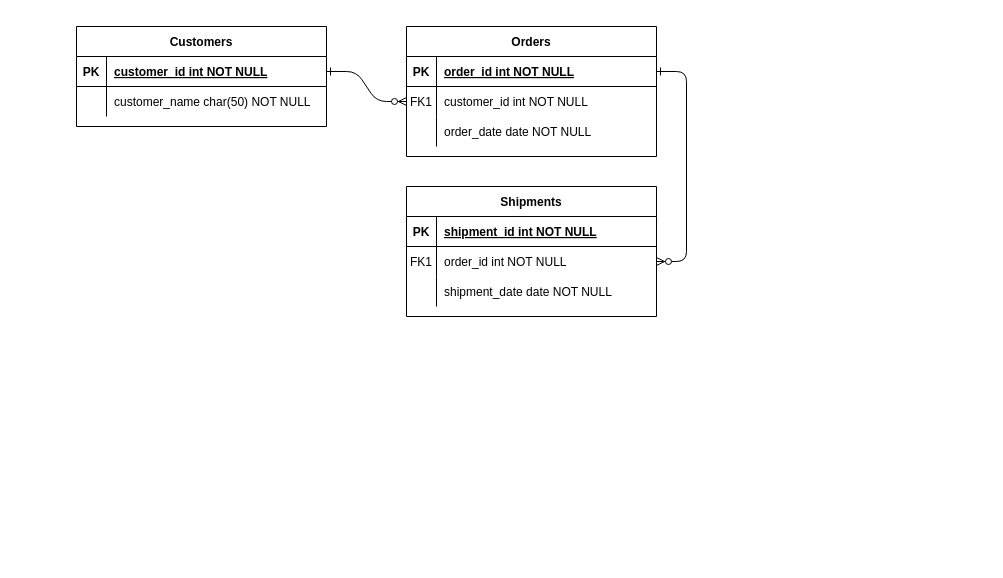
This is Диаграмма без названия.drawio from pokakaite/Avtosvet_project, a draw.io file, before an edit. Source tidied: cells renumbered, new cells numbered last; positions are measured from the earlier drawing's top-left corner, leaving out a move shared by most shapes. Both pictures are drawn from the tidied source at 100%, with x=0, y=0 at pixel (76, 26).
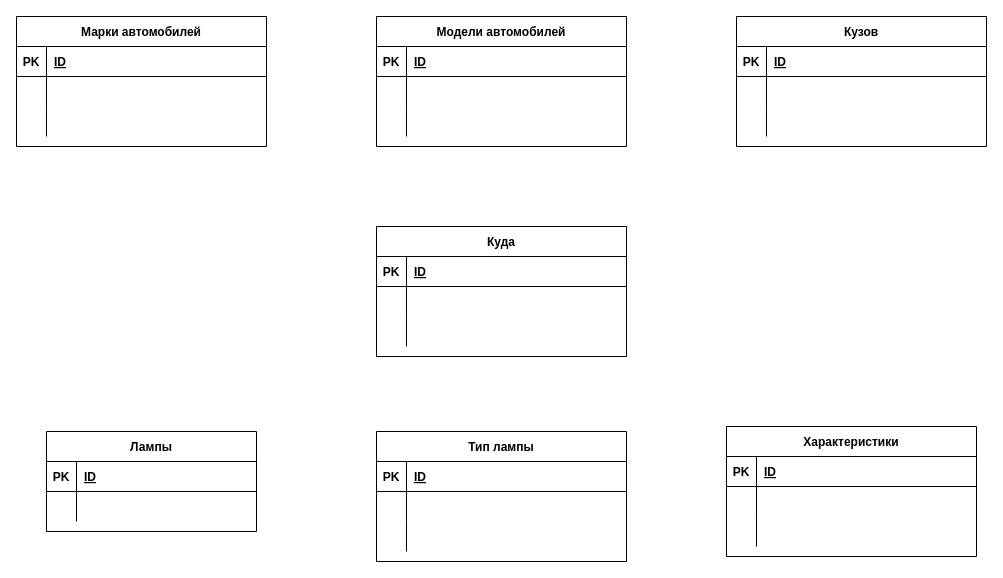
The same page after the edit.

The change refers to these unchanged cells:
```xml
<mxCell id="5" style="shape=partialRectangle;fillColor=none;points=[[0,0.5],[1,0.5]];portConstraint=eastwest;top=0;left=0;right=0;bottom=1;" parent="4" vertex="1">
  <mxGeometry y="30" width="250" height="30" as="geometry" />
</mxCell>
<mxCell id="8" style="shape=partialRectangle;fillColor=none;points=[[0,0.5],[1,0.5]];portConstraint=eastwest;top=0;left=0;right=0;bottom=0;" parent="4" vertex="1">
  <mxGeometry y="60" width="250" height="30" as="geometry" />
</mxCell>
<mxCell id="11" style="shape=partialRectangle;fillColor=none;top=0;left=0;right=0;bottom=0;" parent="4" vertex="1">
  <mxGeometry y="90" width="250" height="30" as="geometry" />
</mxCell>
<mxCell id="15" style="shape=partialRectangle;fillColor=none;top=0;left=0;right=0;bottom=1;" parent="14" vertex="1">
  <mxGeometry y="30" width="250" height="30" as="geometry" />
</mxCell>
<mxCell id="18" style="shape=partialRectangle;fillColor=none;points=[[0,0.5],[1,0.5]];portConstraint=eastwest;top=0;left=0;right=0;bottom=0;" parent="14" vertex="1">
  <mxGeometry y="60" width="250" height="30" as="geometry" />
</mxCell>
<mxCell id="21" style="shape=partialRectangle;fillColor=none;top=0;left=0;right=0;bottom=0;" parent="14" vertex="1">
  <mxGeometry y="90" width="250" height="30" as="geometry" />
</mxCell>
```

The edit, as a diff of the source:
```diff
@@
-    <mxCell id="2" style="edgeStyle=entityRelationEdgeStyle;endArrow=ERzeroToMany;startArrow=ERone;endFill=1;startFill=0;" parent="1" edge="1" source="25" target="8">
-      <mxGeometry relative="1" as="geometry" />
-    </mxCell>
-    <mxCell id="3" style="edgeStyle=entityRelationEdgeStyle;endArrow=ERzeroToMany;startArrow=ERone;endFill=1;startFill=0;" parent="1" edge="1" source="5" target="18">
-      <mxGeometry relative="1" as="geometry" />
-    </mxCell>
-    <mxCell id="4" value="Orders" style="shape=table;startSize=30;childLayout=tableLayout;rowLines=0;fontStyle=1;align=center;" parent="1" vertex="1">
-      <mxGeometry x="330" width="250" height="130" as="geometry" />
+    <mxCell id="4" value="Характеристики" style="shape=table;startSize=30;childLayout=tableLayout;rowLines=0;fontStyle=1;align=center;" parent="1" vertex="1">
+      <mxGeometry x="650" y="400" width="250" height="130" as="geometry" />
     </mxCell>
@@
-    <mxCell id="7" value="order_id int NOT NULL " style="shape=partialRectangle;overflow=hidden;fillColor=none;top=0;left=0;bottom=0;right=0;align=left;spacingLeft=6;fontStyle=5;" parent="5" vertex="1">
+    <mxCell id="7" value="ID" style="shape=partialRectangle;overflow=hidden;fillColor=none;top=0;left=0;bottom=0;right=0;align=left;spacingLeft=6;fontStyle=5;" parent="5" vertex="1">
       <mxGeometry x="30" width="220" height="30" as="geometry" />
     </mxCell>
@@
-    <mxCell id="9" value="FK1" style="shape=partialRectangle;overflow=hidden;fillColor=none;top=0;left=0;bottom=0;right=0;" parent="8" vertex="1">
+    <mxCell id="9" style="shape=partialRectangle;overflow=hidden;fillColor=none;top=0;left=0;bottom=0;right=0;" parent="8" vertex="1">
       <mxGeometry width="30" height="30" as="geometry" />
     </mxCell>
-    <mxCell id="10" value="customer_id int NOT NULL" style="shape=partialRectangle;overflow=hidden;fillColor=none;top=0;left=0;bottom=0;right=0;align=left;spacingLeft=6;" parent="8" vertex="1">
+    <mxCell id="10" style="shape=partialRectangle;overflow=hidden;fillColor=none;top=0;left=0;bottom=0;right=0;align=left;spacingLeft=6;" parent="8" vertex="1">
       <mxGeometry x="30" width="220" height="30" as="geometry" />
     </mxCell>
@@
-    <mxCell id="13" value="order_date date NOT NULL" style="shape=partialRectangle;overflow=hidden;fillColor=none;top=0;left=0;bottom=0;right=0;align=left;spacingLeft=6;" parent="11" vertex="1">
+    <mxCell id="13" style="shape=partialRectangle;overflow=hidden;fillColor=none;top=0;left=0;bottom=0;right=0;align=left;spacingLeft=6;" parent="11" vertex="1">
       <mxGeometry x="30" width="220" height="30" as="geometry" />
     </mxCell>
-    <mxCell id="14" value="Shipments" style="shape=table;startSize=30;childLayout=tableLayout;rowLines=0;fontStyle=1;align=center;" parent="1" vertex="1">
-      <mxGeometry x="330" y="160" width="250" height="130" as="geometry" />
+    <mxCell id="14" value="Марки автомобилей" style="shape=table;startSize=30;childLayout=tableLayout;rowLines=0;fontStyle=1;align=center;" parent="1" vertex="1">
+      <mxGeometry x="-60" y="-10" width="250" height="130" as="geometry" />
     </mxCell>
@@
-    <mxCell id="17" value="shipment_id int NOT NULL " style="shape=partialRectangle;overflow=hidden;fillColor=none;top=0;left=0;bottom=0;right=0;align=left;spacingLeft=6;fontStyle=5;" parent="15" vertex="1">
+    <mxCell id="17" value="ID" style="shape=partialRectangle;overflow=hidden;fillColor=none;top=0;left=0;bottom=0;right=0;align=left;spacingLeft=6;fontStyle=5;" parent="15" vertex="1">
       <mxGeometry x="30" width="220" height="30" as="geometry" />
     </mxCell>
@@
-    <mxCell id="19" value="FK1" style="shape=partialRectangle;overflow=hidden;fillColor=none;top=0;left=0;bottom=0;right=0;" parent="18" vertex="1">
+    <mxCell id="19" style="shape=partialRectangle;overflow=hidden;fillColor=none;top=0;left=0;bottom=0;right=0;" parent="18" vertex="1">
       <mxGeometry width="30" height="30" as="geometry" />
     </mxCell>
-    <mxCell id="20" value="order_id int NOT NULL" style="shape=partialRectangle;overflow=hidden;fillColor=none;top=0;left=0;bottom=0;right=0;align=left;spacingLeft=6;" parent="18" vertex="1">
+    <mxCell id="20" style="shape=partialRectangle;overflow=hidden;fillColor=none;top=0;left=0;bottom=0;right=0;align=left;spacingLeft=6;" parent="18" vertex="1">
       <mxGeometry x="30" width="220" height="30" as="geometry" />
     </mxCell>
@@
-    <mxCell id="23" value="shipment_date date NOT NULL" style="shape=partialRectangle;overflow=hidden;fillColor=none;top=0;left=0;bottom=0;right=0;align=left;spacingLeft=6;" parent="21" vertex="1">
+    <mxCell id="23" style="shape=partialRectangle;overflow=hidden;fillColor=none;top=0;left=0;bottom=0;right=0;align=left;spacingLeft=6;" parent="21" vertex="1">
       <mxGeometry x="30" width="220" height="30" as="geometry" />
     </mxCell>
-    <mxCell id="24" value="Customers" style="shape=table;startSize=30;childLayout=tableLayout;rowLines=0;fontStyle=1;align=center;" parent="1" vertex="1">
-      <mxGeometry width="250" height="100" as="geometry" />
+    <mxCell id="24" value="Лампы" style="shape=table;startSize=30;childLayout=tableLayout;rowLines=0;fontStyle=1;align=center;" parent="1" vertex="1">
+      <mxGeometry x="-30" y="405" width="210" height="100" as="geometry" />
     </mxCell>
     <mxCell id="25" style="shape=partialRectangle;fillColor=none;points=[[0,0.5],[1,0.5]];portConstraint=eastwest;top=0;left=0;right=0;bottom=1;" parent="24" vertex="1">
-      <mxGeometry y="30" width="250" height="30" as="geometry" />
+      <mxGeometry y="30" width="210" height="30" as="geometry" />
     </mxCell>
@@
-    <mxCell id="27" value="customer_id int NOT NULL " style="shape=partialRectangle;overflow=hidden;fillColor=none;top=0;left=0;bottom=0;right=0;align=left;spacingLeft=6;fontStyle=5;" parent="25" vertex="1">
-      <mxGeometry x="30" width="220" height="30" as="geometry" />
+    <mxCell id="27" value="ID" style="shape=partialRectangle;overflow=hidden;fillColor=none;top=0;left=0;bottom=0;right=0;align=left;spacingLeft=6;fontStyle=5;" parent="25" vertex="1">
+      <mxGeometry x="30" width="180" height="30" as="geometry" />
     </mxCell>
     <mxCell id="28" style="shape=partialRectangle;fillColor=none;top=0;left=0;right=0;bottom=0;" parent="24" vertex="1">
-      <mxGeometry y="60" width="250" height="30" as="geometry" />
+      <mxGeometry y="60" width="210" height="30" as="geometry" />
     </mxCell>
@@
-    <mxCell id="30" value="customer_name char(50) NOT NULL" style="shape=partialRectangle;overflow=hidden;fillColor=none;top=0;left=0;bottom=0;right=0;align=left;spacingLeft=6;" parent="28" vertex="1">
-      <mxGeometry x="30" width="220" height="30" as="geometry" />
+    <mxCell id="30" style="shape=partialRectangle;overflow=hidden;fillColor=none;top=0;left=0;bottom=0;right=0;align=left;spacingLeft=6;" parent="28" vertex="1">
+      <mxGeometry x="30" width="180" height="30" as="geometry" />
     </mxCell>
+    <mxCell id="31" value="Модели автомобилей" style="shape=table;startSize=30;childLayout=tableLayout;rowLines=0;fontStyle=1;align=center;" parent="1" vertex="1">
+      <mxGeometry x="300" y="-10" width="250" height="130" as="geometry" />
+    </mxCell>
+    <mxCell id="32" style="shape=partialRectangle;fillColor=none;top=0;left=0;right=0;bottom=1;" parent="31" vertex="1">
+      <mxGeometry y="30" width="250" height="30" as="geometry" />
+    </mxCell>
+    <mxCell id="33" value="PK" style="shape=partialRectangle;overflow=hidden;fillColor=none;top=0;left=0;bottom=0;right=0;fontStyle=1;" parent="32" vertex="1">
+      <mxGeometry width="30" height="30" as="geometry" />
+    </mxCell>
+    <mxCell id="34" value="ID" style="shape=partialRectangle;overflow=hidden;fillColor=none;top=0;left=0;bottom=0;right=0;align=left;spacingLeft=6;fontStyle=5;" parent="32" vertex="1">
+      <mxGeometry x="30" width="220" height="30" as="geometry" />
+    </mxCell>
+    <mxCell id="35" style="shape=partialRectangle;fillColor=none;top=0;left=0;right=0;bottom=0;" parent="31" vertex="1">
+      <mxGeometry y="60" width="250" height="30" as="geometry" />
+    </mxCell>
+    <mxCell id="36" style="shape=partialRectangle;overflow=hidden;fillColor=none;top=0;left=0;bottom=0;right=0;" parent="35" vertex="1">
+      <mxGeometry width="30" height="30" as="geometry" />
+    </mxCell>
+    <mxCell id="37" style="shape=partialRectangle;overflow=hidden;fillColor=none;top=0;left=0;bottom=0;right=0;align=left;spacingLeft=6;" parent="35" vertex="1">
+      <mxGeometry x="30" width="220" height="30" as="geometry" />
+    </mxCell>
+    <mxCell id="38" style="shape=partialRectangle;fillColor=none;top=0;left=0;right=0;bottom=0;" parent="31" vertex="1">
+      <mxGeometry y="90" width="250" height="30" as="geometry" />
+    </mxCell>
+    <mxCell id="39" style="shape=partialRectangle;overflow=hidden;fillColor=none;top=0;left=0;bottom=0;right=0;" parent="38" vertex="1">
+      <mxGeometry width="30" height="30" as="geometry" />
+    </mxCell>
+    <mxCell id="40" style="shape=partialRectangle;overflow=hidden;fillColor=none;top=0;left=0;bottom=0;right=0;align=left;spacingLeft=6;" parent="38" vertex="1">
+      <mxGeometry x="30" width="220" height="30" as="geometry" />
+    </mxCell>
+    <mxCell id="41" value="Кузов" style="shape=table;startSize=30;childLayout=tableLayout;rowLines=0;fontStyle=1;align=center;" parent="1" vertex="1">
+      <mxGeometry x="660" y="-10" width="250" height="130" as="geometry" />
+    </mxCell>
+    <mxCell id="42" style="shape=partialRectangle;fillColor=none;top=0;left=0;right=0;bottom=1;" parent="41" vertex="1">
+      <mxGeometry y="30" width="250" height="30" as="geometry" />
+    </mxCell>
+    <mxCell id="43" value="PK" style="shape=partialRectangle;overflow=hidden;fillColor=none;top=0;left=0;bottom=0;right=0;fontStyle=1;" parent="42" vertex="1">
+      <mxGeometry width="30" height="30" as="geometry" />
+    </mxCell>
+    <mxCell id="44" value="ID" style="shape=partialRectangle;overflow=hidden;fillColor=none;top=0;left=0;bottom=0;right=0;align=left;spacingLeft=6;fontStyle=5;" parent="42" vertex="1">
+      <mxGeometry x="30" width="220" height="30" as="geometry" />
+    </mxCell>
+    <mxCell id="45" style="shape=partialRectangle;fillColor=none;top=0;left=0;right=0;bottom=0;" parent="41" vertex="1">
+      <mxGeometry y="60" width="250" height="30" as="geometry" />
+    </mxCell>
+    <mxCell id="46" style="shape=partialRectangle;overflow=hidden;fillColor=none;top=0;left=0;bottom=0;right=0;" parent="45" vertex="1">
+      <mxGeometry width="30" height="30" as="geometry" />
+    </mxCell>
+    <mxCell id="47" style="shape=partialRectangle;overflow=hidden;fillColor=none;top=0;left=0;bottom=0;right=0;align=left;spacingLeft=6;" parent="45" vertex="1">
+      <mxGeometry x="30" width="220" height="30" as="geometry" />
+    </mxCell>
+    <mxCell id="48" style="shape=partialRectangle;fillColor=none;top=0;left=0;right=0;bottom=0;" parent="41" vertex="1">
+      <mxGeometry y="90" width="250" height="30" as="geometry" />
+    </mxCell>
+    <mxCell id="49" style="shape=partialRectangle;overflow=hidden;fillColor=none;top=0;left=0;bottom=0;right=0;" parent="48" vertex="1">
+      <mxGeometry width="30" height="30" as="geometry" />
+    </mxCell>
+    <mxCell id="50" style="shape=partialRectangle;overflow=hidden;fillColor=none;top=0;left=0;bottom=0;right=0;align=left;spacingLeft=6;" parent="48" vertex="1">
+      <mxGeometry x="30" width="220" height="30" as="geometry" />
+    </mxCell>
+    <mxCell id="51" value="Куда" style="shape=table;startSize=30;childLayout=tableLayout;rowLines=0;fontStyle=1;align=center;" parent="1" vertex="1">
+      <mxGeometry x="300" y="200" width="250" height="130" as="geometry" />
+    </mxCell>
+    <mxCell id="52" style="shape=partialRectangle;fillColor=none;top=0;left=0;right=0;bottom=1;" parent="51" vertex="1">
+      <mxGeometry y="30" width="250" height="30" as="geometry" />
+    </mxCell>
+    <mxCell id="53" value="PK" style="shape=partialRectangle;overflow=hidden;fillColor=none;top=0;left=0;bottom=0;right=0;fontStyle=1;" parent="52" vertex="1">
+      <mxGeometry width="30" height="30" as="geometry" />
+    </mxCell>
+    <mxCell id="54" value="ID" style="shape=partialRectangle;overflow=hidden;fillColor=none;top=0;left=0;bottom=0;right=0;align=left;spacingLeft=6;fontStyle=5;" parent="52" vertex="1">
+      <mxGeometry x="30" width="220" height="30" as="geometry" />
+    </mxCell>
+    <mxCell id="55" style="shape=partialRectangle;fillColor=none;top=0;left=0;right=0;bottom=0;" parent="51" vertex="1">
+      <mxGeometry y="60" width="250" height="30" as="geometry" />
+    </mxCell>
+    <mxCell id="56" style="shape=partialRectangle;overflow=hidden;fillColor=none;top=0;left=0;bottom=0;right=0;" parent="55" vertex="1">
+      <mxGeometry width="30" height="30" as="geometry" />
+    </mxCell>
+    <mxCell id="57" style="shape=partialRectangle;overflow=hidden;fillColor=none;top=0;left=0;bottom=0;right=0;align=left;spacingLeft=6;" parent="55" vertex="1">
+      <mxGeometry x="30" width="220" height="30" as="geometry" />
+    </mxCell>
+    <mxCell id="58" style="shape=partialRectangle;fillColor=none;top=0;left=0;right=0;bottom=0;" parent="51" vertex="1">
+      <mxGeometry y="90" width="250" height="30" as="geometry" />
+    </mxCell>
+    <mxCell id="59" style="shape=partialRectangle;overflow=hidden;fillColor=none;top=0;left=0;bottom=0;right=0;" parent="58" vertex="1">
+      <mxGeometry width="30" height="30" as="geometry" />
+    </mxCell>
+    <mxCell id="60" style="shape=partialRectangle;overflow=hidden;fillColor=none;top=0;left=0;bottom=0;right=0;align=left;spacingLeft=6;" parent="58" vertex="1">
+      <mxGeometry x="30" width="220" height="30" as="geometry" />
+    </mxCell>
+    <mxCell id="61" value="Тип лампы" style="shape=table;startSize=30;childLayout=tableLayout;rowLines=0;fontStyle=1;align=center;" parent="1" vertex="1">
+      <mxGeometry x="300" y="405" width="250" height="130" as="geometry" />
+    </mxCell>
+    <mxCell id="62" style="shape=partialRectangle;fillColor=none;top=0;left=0;right=0;bottom=1;" parent="61" vertex="1">
+      <mxGeometry y="30" width="250" height="30" as="geometry" />
+    </mxCell>
+    <mxCell id="63" value="PK" style="shape=partialRectangle;overflow=hidden;fillColor=none;top=0;left=0;bottom=0;right=0;fontStyle=1;" parent="62" vertex="1">
+      <mxGeometry width="30" height="30" as="geometry" />
+    </mxCell>
+    <mxCell id="64" value="ID" style="shape=partialRectangle;overflow=hidden;fillColor=none;top=0;left=0;bottom=0;right=0;align=left;spacingLeft=6;fontStyle=5;" parent="62" vertex="1">
+      <mxGeometry x="30" width="220" height="30" as="geometry" />
+    </mxCell>
+    <mxCell id="65" style="shape=partialRectangle;fillColor=none;top=0;left=0;right=0;bottom=0;" parent="61" vertex="1">
+      <mxGeometry y="60" width="250" height="30" as="geometry" />
+    </mxCell>
+    <mxCell id="66" style="shape=partialRectangle;overflow=hidden;fillColor=none;top=0;left=0;bottom=0;right=0;" parent="65" vertex="1">
+      <mxGeometry width="30" height="30" as="geometry" />
+    </mxCell>
+    <mxCell id="67" style="shape=partialRectangle;overflow=hidden;fillColor=none;top=0;left=0;bottom=0;right=0;align=left;spacingLeft=6;" parent="65" vertex="1">
+      <mxGeometry x="30" width="220" height="30" as="geometry" />
+    </mxCell>
+    <mxCell id="68" style="shape=partialRectangle;fillColor=none;top=0;left=0;right=0;bottom=0;" parent="61" vertex="1">
+      <mxGeometry y="90" width="250" height="30" as="geometry" />
+    </mxCell>
+    <mxCell id="69" style="shape=partialRectangle;overflow=hidden;fillColor=none;top=0;left=0;bottom=0;right=0;" parent="68" vertex="1">
+      <mxGeometry width="30" height="30" as="geometry" />
+    </mxCell>
+    <mxCell id="70" style="shape=partialRectangle;overflow=hidden;fillColor=none;top=0;left=0;bottom=0;right=0;align=left;spacingLeft=6;" parent="68" vertex="1">
+      <mxGeometry x="30" width="220" height="30" as="geometry" />
+    </mxCell>
```
